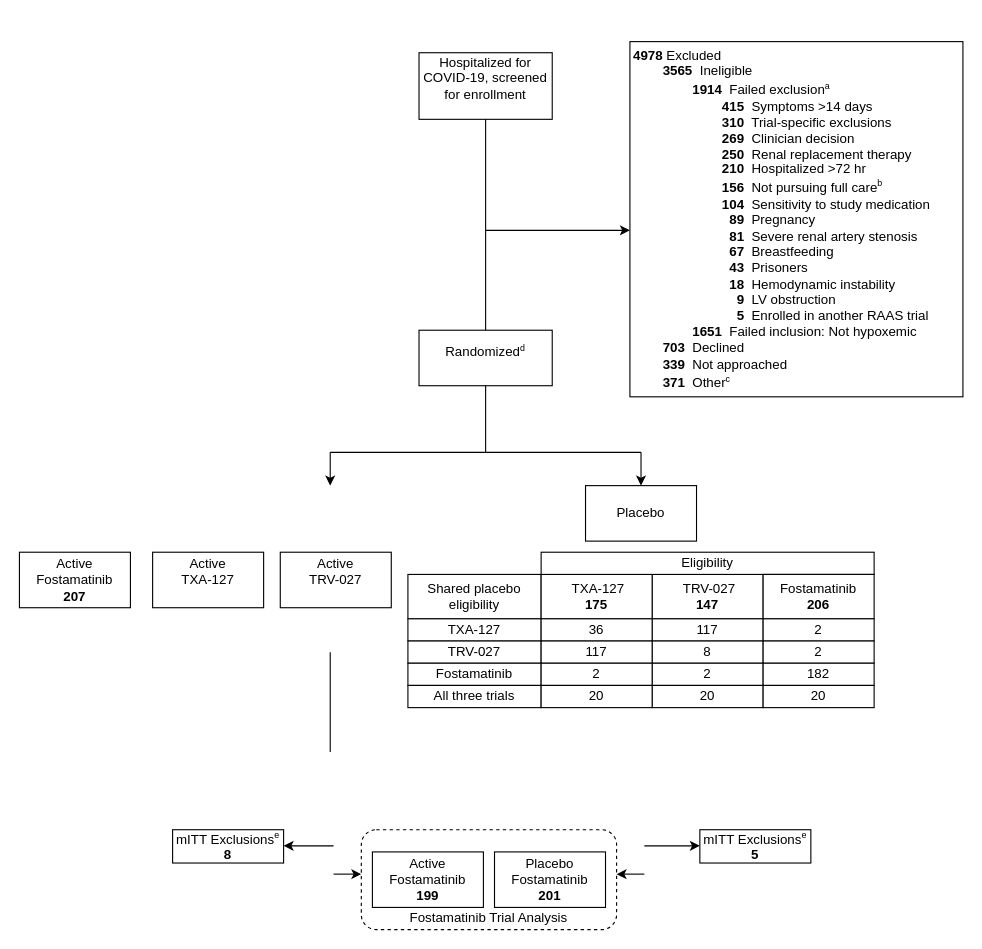
This is Combined A4HT-CONSORT.drawio from jjdeclercq/VUMisC, a draw.io file, before an edit. Source tidied: cells renumbered, new cells numbered last; positions are measured from the earlier drawing's top-left corner, leaving out a move shared by most shapes. Both pictures are drawn from the tidied source at 111%, with x=0, y=0 at pixel (19, 41).
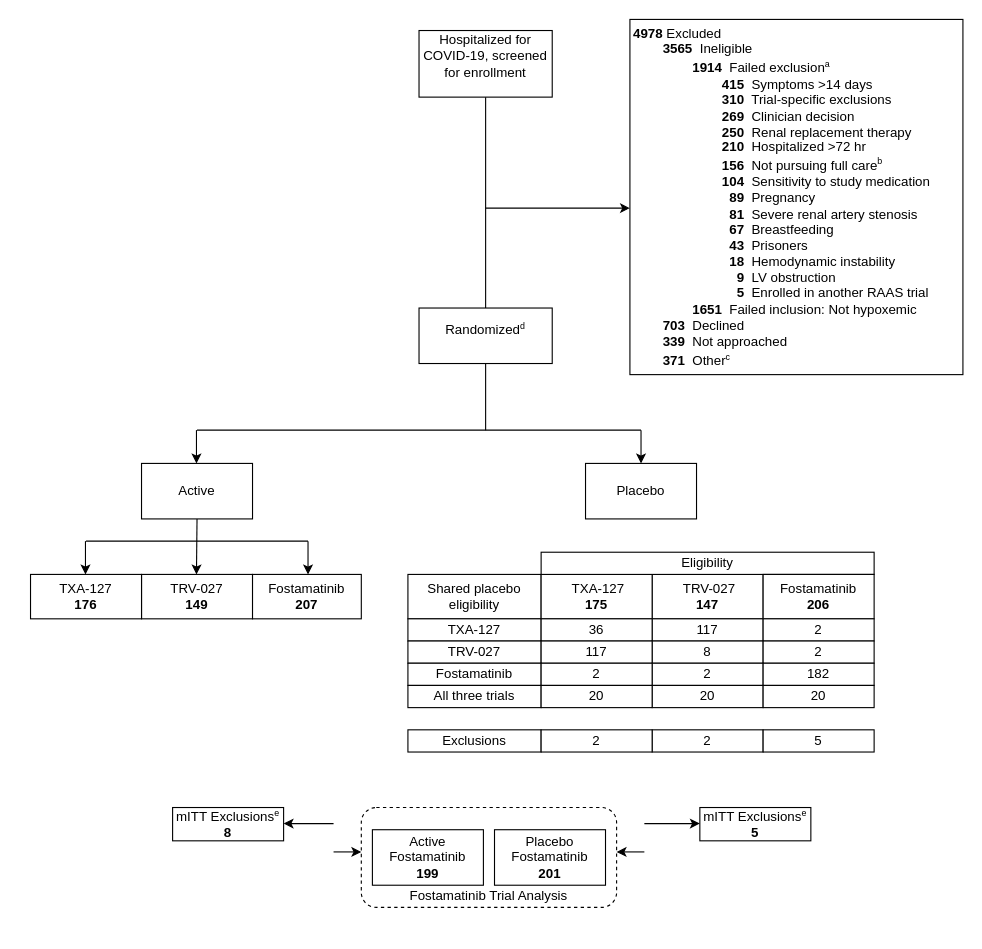
The same diagram, later.

What changed in the source:
```diff
@@
     <mxCell id="2" value="Hospitalized for COVID-19, screened for enrollment&lt;div&gt;&lt;br/&gt;&lt;/div&gt;" style="rounded=0;whiteSpace=wrap;html=1;" parent="1" vertex="1">
-      <mxGeometry x="360" y="10" width="120" height="60" as="geometry" />
+      <mxGeometry x="360" y="-10" width="120" height="60" as="geometry" />
     </mxCell>
@@
     <mxCell id="4" value="&lt;div style=&quot;text-align: left;&quot;&gt;&lt;span style=&quot;background-color: initial;&quot;&gt;&lt;b&gt;4978 &lt;/b&gt;Excluded&lt;br&gt;&lt;/span&gt;&lt;/div&gt;&lt;div style=&quot;text-align: left;&quot;&gt;&lt;span style=&quot;background-color: initial;&quot;&gt;&lt;b&gt;&lt;span style=&quot;white-space: pre;&quot;&gt;&#9;&lt;/span&gt;3565&lt;/b&gt;&amp;nbsp; Ineligible&lt;/span&gt;&lt;/div&gt;&lt;div style=&quot;text-align: left;&quot;&gt;&lt;span style=&quot;background-color: initial;&quot;&gt;&lt;span style=&quot;white-space: pre;&quot;&gt;&#9;&lt;span style=&quot;white-space: pre;&quot;&gt;&#9;&lt;/span&gt;&lt;/span&gt;&lt;b&gt;1914&lt;/b&gt;&amp;nbsp; Failed exclusion&lt;sup style=&quot;&quot;&gt;&lt;font style=&quot;font-size: 8px;&quot;&gt;a&lt;/font&gt;&lt;/sup&gt;&lt;/span&gt;&lt;/div&gt;&lt;div style=&quot;text-align: left;&quot;&gt;&lt;span style=&quot;background-color: initial;&quot;&gt;&lt;span style=&quot;white-space: pre;&quot;&gt;&#9;&lt;/span&gt;&lt;span style=&quot;white-space: pre;&quot;&gt;&#9;&lt;span style=&quot;white-space: pre;&quot;&gt;&#9;&lt;/span&gt;&lt;/span&gt;&lt;b&gt;415&lt;/b&gt;&amp;nbsp; Symptoms &amp;gt;14 days&lt;/span&gt;&lt;br&gt;&lt;/div&gt;&lt;div style=&quot;text-align: left;&quot;&gt;&lt;span style=&quot;white-space: pre;&quot;&gt;&#9;&lt;/span&gt;&lt;span style=&quot;white-space: pre;&quot;&gt;&#9;&lt;span style=&quot;white-space: pre;&quot;&gt;&#9;&lt;/span&gt;&lt;/span&gt;&lt;b&gt;310&lt;/b&gt;&amp;nbsp; Trial-specific exclusions&lt;span style=&quot;background-color: initial;&quot;&gt;&lt;br&gt;&lt;/span&gt;&lt;/div&gt;&lt;div style=&quot;text-align: left;&quot;&gt;&lt;span style=&quot;white-space: pre;&quot;&gt;&#9;&lt;/span&gt;&lt;span style=&quot;white-space: pre;&quot;&gt;&#9;&lt;span style=&quot;white-space: pre;&quot;&gt;&#9;&lt;/span&gt;&lt;/span&gt;&lt;b&gt;269&lt;/b&gt;&amp;nbsp; Clinician decision&lt;/div&gt;&lt;div style=&quot;text-align: left;&quot;&gt;&lt;b&gt;&lt;span style=&quot;white-space: pre;&quot;&gt;&#9;&lt;/span&gt;&lt;span style=&quot;white-space: pre;&quot;&gt;&#9;&lt;span style=&quot;white-space: pre;&quot;&gt;&#9;&lt;/span&gt;&lt;/span&gt;250&lt;/b&gt;&amp;nbsp; Renal replacement therapy&lt;br&gt;&lt;/div&gt;&lt;div style=&quot;text-align: left; line-height: 100%;&quot;&gt;&lt;span style=&quot;white-space: pre;&quot;&gt;&#9;&lt;/span&gt;&lt;span style=&quot;white-space: pre;&quot;&gt;&#9;&lt;span style=&quot;white-space: pre;&quot;&gt;&#9;&lt;/span&gt;&lt;/span&gt;&lt;b&gt;210&lt;/b&gt;&amp;nbsp; Hospitalized &amp;gt;72 hr&lt;/div&gt;&lt;div style=&quot;text-align: left; line-height: 120%;&quot;&gt;&lt;span style=&quot;white-space: pre;&quot;&gt;&#9;&lt;/span&gt;&lt;span style=&quot;white-space: pre;&quot;&gt;&#9;&lt;span style=&quot;white-space: pre;&quot;&gt;&#9;&lt;/span&gt;&lt;/span&gt;&lt;b&gt;156&lt;/b&gt;&amp;nbsp; Not pursuing full care&lt;sup&gt;&lt;font style=&quot;font-size: 8px;&quot;&gt;b&lt;/font&gt;&lt;/sup&gt;&lt;span style=&quot;background-color: initial; white-space: pre;&quot;&gt;&#9;&lt;/span&gt;&lt;/div&gt;&lt;div style=&quot;text-align: left;&quot;&gt;&lt;span style=&quot;background-color: initial; white-space: pre;&quot;&gt;&#9;&lt;/span&gt;&lt;span style=&quot;background-color: initial; white-space: pre;&quot;&gt;&#9;&lt;span style=&quot;white-space: pre;&quot;&gt;&#9;&lt;/span&gt;&lt;/span&gt;&lt;b style=&quot;background-color: initial;&quot;&gt;104&lt;/b&gt;&lt;span style=&quot;background-color: initial;&quot;&gt;&amp;nbsp; Sensitivity to study medication&lt;/span&gt;&lt;span style=&quot;background-color: initial; white-space: pre;&quot;&gt;&#9;&lt;/span&gt;&lt;/div&gt;&lt;div style=&quot;text-align: left;&quot;&gt;&lt;span style=&quot;background-color: initial;&quot;&gt;&lt;span style=&quot;white-space: pre;&quot;&gt;&#9;&lt;/span&gt;&lt;span style=&quot;white-space: pre;&quot;&gt;&#9;&lt;/span&gt;&amp;nbsp; &lt;span style=&quot;white-space: pre;&quot;&gt;&#9;&lt;/span&gt;&amp;nbsp;&amp;nbsp;&lt;b&gt;89&lt;/b&gt;&amp;nbsp; Pregnancy&lt;/span&gt;&lt;/div&gt;&lt;div style=&quot;text-align: left;&quot;&gt;&lt;span style=&quot;white-space: pre;&quot;&gt;&#9;&lt;/span&gt;&lt;span style=&quot;white-space: pre;&quot;&gt;&#9;&lt;/span&gt;&amp;nbsp;&amp;nbsp;&lt;span style=&quot;white-space: pre;&quot;&gt;&#9;&lt;/span&gt;&amp;nbsp;&amp;nbsp;&lt;b&gt;81&lt;/b&gt;&amp;nbsp;&amp;nbsp;Severe renal artery stenosis&lt;span style=&quot;background-color: initial;&quot;&gt;&lt;br&gt;&lt;/span&gt;&lt;/div&gt;&lt;div style=&quot;text-align: left;&quot;&gt;&lt;span style=&quot;white-space: pre;&quot;&gt;&#9;&lt;/span&gt;&amp;nbsp;&amp;nbsp;&lt;span style=&quot;white-space: pre;&quot;&gt;&#9;&lt;/span&gt;&amp;nbsp;&amp;nbsp;&lt;span style=&quot;white-space: pre;&quot;&gt;&#9;&lt;/span&gt;&amp;nbsp;&amp;nbsp;&lt;b&gt;67&lt;/b&gt;&amp;nbsp; Breastfeeding&lt;br&gt;&lt;/div&gt;&lt;div style=&quot;text-align: left;&quot;&gt;&lt;span style=&quot;white-space: pre;&quot;&gt;&#9;&lt;/span&gt;&lt;span style=&quot;white-space: pre;&quot;&gt;&#9;&lt;/span&gt;&amp;nbsp;&amp;nbsp;&lt;span style=&quot;white-space: pre;&quot;&gt;&#9;&lt;/span&gt;&amp;nbsp;&amp;nbsp;&lt;b&gt;43&lt;/b&gt;&amp;nbsp; Prisoners&lt;br&gt;&lt;/div&gt;&lt;div style=&quot;text-align: left;&quot;&gt;&lt;span style=&quot;background-color: initial;&quot;&gt;&lt;span style=&quot;white-space: pre;&quot;&gt;&#9;&lt;/span&gt;&lt;span style=&quot;white-space: pre;&quot;&gt;&#9;&lt;/span&gt;&amp;nbsp; &lt;span style=&quot;white-space: pre;&quot;&gt;&#9;&lt;/span&gt;&amp;nbsp;&amp;nbsp;&lt;b&gt;18&lt;/b&gt;&amp;nbsp; Hemodynamic instability&lt;/span&gt;&lt;/div&gt;&lt;div style=&quot;text-align: left;&quot;&gt;&lt;span style=&quot;background-color: initial;&quot;&gt;&lt;span style=&quot;white-space: pre;&quot;&gt;&#9;&lt;/span&gt;&lt;span style=&quot;white-space: pre;&quot;&gt;&#9;&lt;/span&gt;&amp;nbsp; &amp;nbsp;&lt;span style=&quot;white-space: pre;&quot;&gt;&#9;&lt;/span&gt;&amp;nbsp; &amp;nbsp;&amp;nbsp;&lt;b&gt;9&lt;/b&gt;&amp;nbsp; LV obstruction&lt;/span&gt;&lt;/div&gt;&lt;div style=&quot;text-align: left;&quot;&gt;&lt;span style=&quot;background-color: initial;&quot;&gt;&lt;span style=&quot;white-space: pre;&quot;&gt;&#9;&lt;/span&gt;&lt;span style=&quot;white-space: pre;&quot;&gt;&#9;&lt;/span&gt;&amp;nbsp; &amp;nbsp; &amp;nbsp; &amp;nbsp; &amp;nbsp; &amp;nbsp;&amp;nbsp;&lt;b&gt;5&lt;/b&gt;&amp;nbsp; Enrolled in another RAAS trial&lt;/span&gt;&lt;/div&gt;&lt;div style=&quot;text-align: left;&quot;&gt;&lt;span style=&quot;white-space: pre;&quot;&gt;&#9;&lt;span style=&quot;white-space: pre;&quot;&gt;&#9;&lt;/span&gt;&lt;/span&gt;&lt;b&gt;1651&lt;/b&gt;&amp;nbsp; Failed inclusion: Not hypoxemic&lt;br&gt;&lt;/div&gt;&lt;div style=&quot;text-align: left;&quot;&gt;&lt;span style=&quot;border-color: var(--border-color);&quot;&gt;&lt;b&gt;&lt;span style=&quot;white-space: pre;&quot;&gt;&#9;&lt;/span&gt;703&lt;/b&gt;&amp;nbsp; Declined&lt;br&gt;&lt;/span&gt;&lt;/div&gt;&lt;div style=&quot;text-align: left;&quot;&gt;&lt;span style=&quot;background-color: initial;&quot;&gt;&lt;b&gt;&lt;span style=&quot;white-space: pre;&quot;&gt;&#9;&lt;/span&gt;339&lt;/b&gt;&amp;nbsp; Not approached&lt;/span&gt;&lt;/div&gt;&lt;div style=&quot;text-align: left;&quot;&gt;&lt;span style=&quot;background-color: initial;&quot;&gt;&lt;b&gt;&lt;span style=&quot;white-space: pre;&quot;&gt;&#9;&lt;/span&gt;371&lt;/b&gt;&amp;nbsp; Other&lt;sup&gt;&lt;font style=&quot;font-size: 8px;&quot;&gt;c&lt;/font&gt;&lt;/sup&gt;&lt;/span&gt;&lt;br&gt;&lt;/div&gt;" style="rounded=0;whiteSpace=wrap;html=1;" parent="1" vertex="1">
-      <mxGeometry x="550" width="300" height="320" as="geometry" />
+      <mxGeometry x="550" y="-20" width="300" height="320" as="geometry" />
     </mxCell>
     <mxCell id="5" value="Randomized&lt;sup style=&quot;&quot;&gt;&lt;font style=&quot;font-size: 8px;&quot;&gt;d&lt;/font&gt;&lt;/sup&gt;&lt;div&gt;&lt;br/&gt;&lt;/div&gt;" style="rounded=0;whiteSpace=wrap;html=1;" parent="1" vertex="1">
-      <mxGeometry x="360" y="260" width="120" height="50" as="geometry" />
+      <mxGeometry x="360" y="240" width="120" height="50" as="geometry" />
     </mxCell>
     <mxCell id="6" style="endArrow=none;html=1;rounded=0;entryX=0.5;entryY=1;entryDx=0;entryDy=0;" parent="1" edge="1" target="5">
       <mxGeometry relative="1" as="geometry">
-        <mxPoint x="420" y="370" as="sourcePoint" />
+        <mxPoint x="420" y="350" as="sourcePoint" />
       </mxGeometry>
     </mxCell>
-    <mxCell id="7" value="&lt;div style=&quot;&quot;&gt;&lt;span style=&quot;background-color: initial;&quot;&gt;Active&lt;/span&gt;&lt;/div&gt;&lt;div style=&quot;&quot;&gt;&lt;span style=&quot;background-color: initial;&quot;&gt;TRV-027&lt;/span&gt;&lt;/div&gt;&lt;div style=&quot;&quot;&gt;&lt;br&gt;&lt;/div&gt;" style="rounded=0;whiteSpace=wrap;html=1;align=center;" parent="1" vertex="1">
-      <mxGeometry x="235" y="460" width="100" height="50" as="geometry" />
+    <mxCell id="7" value="&lt;div style=&quot;&quot;&gt;&lt;span style=&quot;background-color: initial;&quot;&gt;TRV-027&lt;/span&gt;&lt;br&gt;&lt;/div&gt;&lt;div style=&quot;&quot;&gt;&lt;b&gt;149&lt;/b&gt;&lt;/div&gt;" style="rounded=0;whiteSpace=wrap;html=1;align=center;" parent="1" vertex="1">
+      <mxGeometry x="110" y="480" width="100" height="40" as="geometry" />
     </mxCell>
-    <mxCell id="8" style="edgeStyle=orthogonalEdgeStyle;rounded=0;orthogonalLoop=1;jettySize=auto;html=1;exitX=0.5;exitY=1;exitDx=0;exitDy=0;endArrow=none;endFill=0;" parent="1" edge="1" source="7" target="7">
-      <mxGeometry relative="1" as="geometry" />
+    <mxCell id="8" style="edgeStyle=orthogonalEdgeStyle;rounded=0;orthogonalLoop=1;jettySize=auto;html=1;exitX=0.5;exitY=1;exitDx=0;exitDy=0;endArrow=none;endFill=0;" parent="1" edge="1">
+      <mxGeometry relative="1" as="geometry">
+        <mxPoint x="160" y="530" as="sourcePoint" />
+        <mxPoint x="160" y="530" as="targetPoint" />
+      </mxGeometry>
     </mxCell>
     <mxCell id="9" style="endArrow=classic;html=1;rounded=0;" parent="1" edge="1">
       <mxGeometry relative="1" as="geometry">
-        <mxPoint x="420" y="170" as="sourcePoint" />
-        <mxPoint x="550" y="170" as="targetPoint" />
+        <mxPoint x="420" y="150" as="sourcePoint" />
+        <mxPoint x="550" y="150" as="targetPoint" />
         <Array as="points">
-          <mxPoint x="490" y="170" />
-          <mxPoint x="530" y="170" />
+          <mxPoint x="490" y="150" />
+          <mxPoint x="530" y="150" />
         </Array>
       </mxGeometry>
     </mxCell>
@@
     <mxCell id="15" style="endArrow=none;html=1;rounded=0;" parent="1" edge="1">
       <mxGeometry relative="1" as="geometry">
-        <mxPoint x="280" y="370" as="sourcePoint" />
-        <mxPoint x="560" y="370" as="targetPoint" />
+        <mxPoint x="160" y="350" as="sourcePoint" />
+        <mxPoint x="560" y="350" as="targetPoint" />
       </mxGeometry>
     </mxCell>
     <mxCell id="16" style="endArrow=classic;html=1;rounded=0;" parent="1" edge="1">
       <mxGeometry relative="1" as="geometry">
-        <mxPoint x="280" y="370" as="sourcePoint" />
-        <mxPoint x="280" y="400" as="targetPoint" />
+        <mxPoint x="159.5" y="350" as="sourcePoint" />
+        <mxPoint x="159.5" y="380" as="targetPoint" />
       </mxGeometry>
     </mxCell>
-    <mxCell id="17" style="endArrow=none;html=1;rounded=0;entryX=0.5;entryY=1;entryDx=0;entryDy=0;" parent="1" edge="1">
-      <mxGeometry relative="1" as="geometry">
-        <mxPoint x="280" y="640" as="sourcePoint" />
-        <mxPoint x="280" y="550" as="targetPoint" />
-      </mxGeometry>
-    </mxCell>
     <mxCell id="18" style="endArrow=classic;html=1;rounded=0;" parent="1" edge="1">
       <mxGeometry relative="1" as="geometry">
-        <mxPoint x="560" y="370" as="sourcePoint" />
-        <mxPoint x="560" y="400" as="targetPoint" />
+        <mxPoint x="560" y="350" as="sourcePoint" />
+        <mxPoint x="560" y="380" as="targetPoint" />
       </mxGeometry>
     </mxCell>
     <mxCell id="19" style="rounded=1;whiteSpace=wrap;html=1;dashed=1;" parent="1" vertex="1">
-      <mxGeometry x="308" y="710" width="230" height="90" as="geometry" />
+      <mxGeometry x="308" y="690" width="230" height="90" as="geometry" />
     </mxCell>
     <mxCell id="20" value="&lt;font style=&quot;font-size: 12px;&quot;&gt;Placebo Fostamatinib&lt;br&gt;&lt;b&gt;201&lt;/b&gt;&lt;br&gt;&lt;/font&gt;" style="rounded=0;whiteSpace=wrap;html=1;" parent="1" vertex="1">
-      <mxGeometry x="428" y="730" width="100" height="50" as="geometry" />
+      <mxGeometry x="428" y="710" width="100" height="50" as="geometry" />
     </mxCell>
     <mxCell id="21" value="Fostamatinib Trial Analysis" style="text;html=1;strokeColor=none;fillColor=none;align=center;verticalAlign=middle;whiteSpace=wrap;rounded=0;dashed=1;" parent="1" vertex="1">
-      <mxGeometry x="348" y="780" width="150" height="20" as="geometry" />
+      <mxGeometry x="348" y="760" width="150" height="20" as="geometry" />
     </mxCell>
     <mxCell id="22" value="&lt;div style=&quot;&quot;&gt;&lt;span style=&quot;background-color: initial;&quot;&gt;Active Fostamatinib&lt;/span&gt;&lt;/div&gt;&lt;div style=&quot;&quot;&gt;&lt;b&gt;199&lt;/b&gt;&lt;/div&gt;" style="rounded=0;whiteSpace=wrap;html=1;align=center;" parent="1" vertex="1">
-      <mxGeometry x="318" y="730" width="100" height="50" as="geometry" />
+      <mxGeometry x="318" y="710" width="100" height="50" as="geometry" />
     </mxCell>
     <mxCell id="23" value="&lt;font style=&quot;&quot;&gt;&lt;span style=&quot;font-size: 12px;&quot;&gt;mITT Exclusions&lt;/span&gt;&lt;sup style=&quot;&quot;&gt;&lt;font style=&quot;font-size: 8px;&quot;&gt;e&lt;/font&gt;&lt;/sup&gt;&lt;br&gt;&lt;b style=&quot;font-size: 12px;&quot;&gt;8&lt;/b&gt;&lt;br&gt;&lt;/font&gt;" style="rounded=0;whiteSpace=wrap;html=1;fontSize=10;" parent="1" vertex="1">
-      <mxGeometry x="138" y="710" width="100" height="30" as="geometry" />
+      <mxGeometry x="138" y="690" width="100" height="30" as="geometry" />
     </mxCell>
     <mxCell id="24" value="&lt;font style=&quot;&quot;&gt;&lt;span style=&quot;font-size: 12px;&quot;&gt;mITT Exclusions&lt;/span&gt;&lt;sup style=&quot;border-color: var(--border-color);&quot;&gt;&lt;font style=&quot;font-size: 8px;&quot;&gt;e&lt;/font&gt;&lt;/sup&gt;&lt;br&gt;&lt;b style=&quot;font-size: 12px;&quot;&gt;5&lt;/b&gt;&lt;br&gt;&lt;/font&gt;" style="rounded=0;whiteSpace=wrap;html=1;fontSize=10;" parent="1" vertex="1">
-      <mxGeometry x="613" y="710" width="100" height="30" as="geometry" />
+      <mxGeometry x="613" y="690" width="100" height="30" as="geometry" />
     </mxCell>
     <mxCell id="25" style="endArrow=classic;html=1;rounded=0;" parent="1" edge="1">
       <mxGeometry relative="1" as="geometry">
-        <mxPoint x="563" y="724.5" as="sourcePoint" />
-        <mxPoint x="613" y="724.5" as="targetPoint" />
+        <mxPoint x="563" y="704.5" as="sourcePoint" />
+        <mxPoint x="613" y="704.5" as="targetPoint" />
       </mxGeometry>
     </mxCell>
     <mxCell id="26" style="endArrow=classic;html=1;rounded=0;" parent="1" edge="1">
       <mxGeometry relative="1" as="geometry">
-        <mxPoint x="283" y="724.5" as="sourcePoint" />
-        <mxPoint x="238" y="724.5" as="targetPoint" />
+        <mxPoint x="283" y="704.5" as="sourcePoint" />
+        <mxPoint x="238" y="704.5" as="targetPoint" />
       </mxGeometry>
     </mxCell>
     <mxCell id="27" style="endArrow=classic;html=1;rounded=0;" parent="1" edge="1">
       <mxGeometry relative="1" as="geometry">
-        <mxPoint x="283" y="750" as="sourcePoint" />
-        <mxPoint x="308" y="750" as="targetPoint" />
+        <mxPoint x="283" y="730" as="sourcePoint" />
+        <mxPoint x="308" y="730" as="targetPoint" />
       </mxGeometry>
     </mxCell>
     <mxCell id="28" style="endArrow=classic;html=1;rounded=0;" parent="1" edge="1">
       <mxGeometry relative="1" as="geometry">
-        <mxPoint x="563" y="750" as="sourcePoint" />
-        <mxPoint x="538" y="750" as="targetPoint" />
+        <mxPoint x="563" y="730" as="sourcePoint" />
+        <mxPoint x="538" y="730" as="targetPoint" />
       </mxGeometry>
     </mxCell>
     <mxCell id="29" value="&lt;font style=&quot;font-size: 12px;&quot;&gt;Placebo&lt;br&gt;&lt;/font&gt;" style="rounded=0;whiteSpace=wrap;html=1;" parent="1" vertex="1">
-      <mxGeometry x="510" y="400" width="100" height="50" as="geometry" />
+      <mxGeometry x="510" y="380" width="100" height="50" as="geometry" />
     </mxCell>
-    <mxCell id="30" value="&lt;div style=&quot;&quot;&gt;&lt;span style=&quot;background-color: initial;&quot;&gt;Active&lt;/span&gt;&lt;/div&gt;&lt;div style=&quot;&quot;&gt;&lt;span style=&quot;background-color: initial;&quot;&gt;TXA-127&lt;/span&gt;&lt;/div&gt;&lt;div style=&quot;&quot;&gt;&lt;br&gt;&lt;/div&gt;" style="rounded=0;whiteSpace=wrap;html=1;align=center;" parent="1" vertex="1">
-      <mxGeometry x="120" y="460" width="100" height="50" as="geometry" />
+    <mxCell id="30" value="&lt;div style=&quot;&quot;&gt;&lt;span style=&quot;background-color: initial;&quot;&gt;TXA-127&lt;/span&gt;&lt;/div&gt;&lt;div style=&quot;&quot;&gt;&lt;b&gt;176&lt;/b&gt;&lt;/div&gt;" style="rounded=0;whiteSpace=wrap;html=1;align=center;" parent="1" vertex="1">
+      <mxGeometry x="10" y="480" width="100" height="40" as="geometry" />
     </mxCell>
-    <mxCell id="31" value="&lt;div style=&quot;&quot;&gt;&lt;span style=&quot;background-color: initial;&quot;&gt;Active Fostamatinib&lt;/span&gt;&lt;/div&gt;&lt;div style=&quot;&quot;&gt;&lt;b&gt;207&lt;/b&gt;&lt;/div&gt;" style="rounded=0;whiteSpace=wrap;html=1;align=center;" parent="1" vertex="1">
-      <mxGeometry y="460" width="100" height="50" as="geometry" />
+    <mxCell id="31" value="&lt;div style=&quot;&quot;&gt;&lt;span style=&quot;background-color: initial;&quot;&gt;Fostamatinib&lt;/span&gt;&lt;/div&gt;&lt;div style=&quot;&quot;&gt;&lt;b&gt;207&lt;/b&gt;&lt;/div&gt;" style="rounded=0;whiteSpace=wrap;html=1;align=center;" parent="1" vertex="1">
+      <mxGeometry x="210" y="480" width="98" height="40" as="geometry" />
     </mxCell>
@@
+    <mxCell id="48" value="Exclusions" style="rounded=0;whiteSpace=wrap;html=1;" parent="1" vertex="1">
+      <mxGeometry x="350" y="620" width="120" height="20" as="geometry" />
+    </mxCell>
+    <mxCell id="49" value="2" style="rounded=0;whiteSpace=wrap;html=1;" parent="1" vertex="1">
+      <mxGeometry x="570" y="620" width="100" height="20" as="geometry" />
+    </mxCell>
+    <mxCell id="50" value="2" style="rounded=0;whiteSpace=wrap;html=1;" parent="1" vertex="1">
+      <mxGeometry x="470" y="620" width="100" height="20" as="geometry" />
+    </mxCell>
+    <mxCell id="51" value="5" style="rounded=0;whiteSpace=wrap;html=1;" parent="1" vertex="1">
+      <mxGeometry x="670" y="620" width="100" height="20" as="geometry" />
+    </mxCell>
+    <mxCell id="52" value="&lt;font style=&quot;font-size: 12px;&quot;&gt;Active&lt;br&gt;&lt;/font&gt;" style="rounded=0;whiteSpace=wrap;html=1;" parent="1" vertex="1">
+      <mxGeometry x="110" y="380" width="100" height="50" as="geometry" />
+    </mxCell>
+    <mxCell id="53" style="endArrow=classic;html=1;rounded=0;" parent="1" edge="1">
+      <mxGeometry relative="1" as="geometry">
+        <mxPoint x="59.5" y="450" as="sourcePoint" />
+        <mxPoint x="59.5" y="480" as="targetPoint" />
+      </mxGeometry>
+    </mxCell>
+    <mxCell id="54" style="endArrow=classic;html=1;rounded=0;exitX=0.5;exitY=1;exitDx=0;exitDy=0;" parent="1" edge="1" source="52">
+      <mxGeometry relative="1" as="geometry">
+        <mxPoint x="159.5" y="480" as="targetPoint" />
+      </mxGeometry>
+    </mxCell>
+    <mxCell id="55" style="endArrow=classic;html=1;rounded=0;" parent="1" edge="1">
+      <mxGeometry relative="1" as="geometry">
+        <mxPoint x="260" y="450" as="sourcePoint" />
+        <mxPoint x="260" y="480" as="targetPoint" />
+      </mxGeometry>
+    </mxCell>
+    <mxCell id="56" style="endArrow=none;html=1;rounded=0;" parent="1" edge="1">
+      <mxGeometry relative="1" as="geometry">
+        <mxPoint x="60" y="450" as="sourcePoint" />
+        <mxPoint x="260" y="450" as="targetPoint" />
+      </mxGeometry>
+    </mxCell>
```
